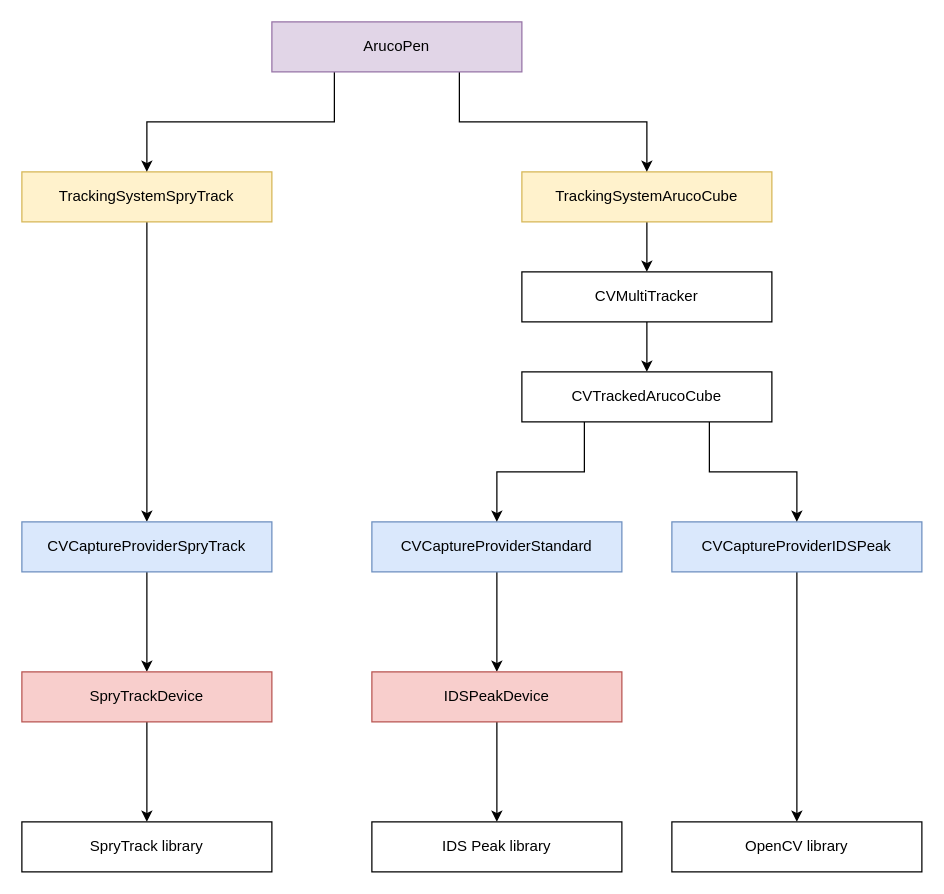
This is apps/app_pen_tracking/doc/architecture.drawio from cpvrlab/SLProject, a draw.io file, before an edit. Source tidied: cells renumbered, new cells numbered last; positions are measured from the earlier drawing's top-left corner, leaving out a move shared by most shapes. Both pictures are drawn from the tidied source at 125%, with x=0, y=0 at pixel (21, 21).
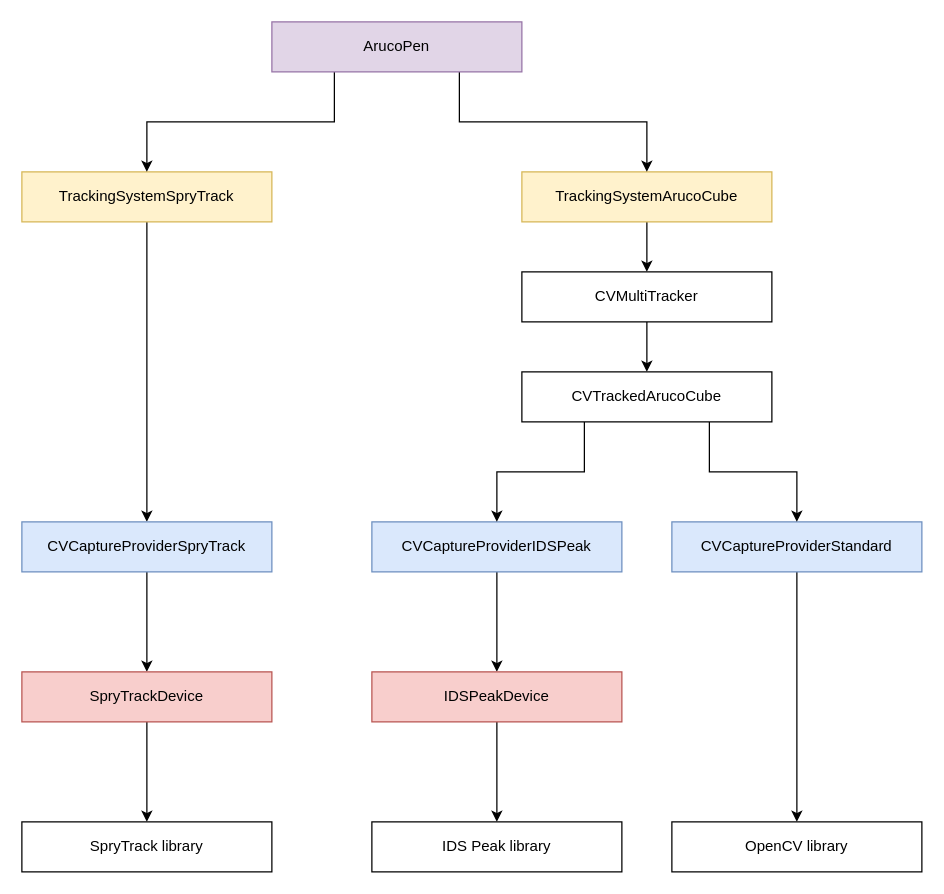
The same diagram, later.

Commit message (it also covers changes not shown here):
fix architecture diagram

Diff of the diagram source:
```diff
@@
-    <mxCell id="9" value="CVCaptureProviderStandard" style="rounded=0;whiteSpace=wrap;html=1;fillColor=#dae8fc;strokeColor=#6c8ebf;" parent="1" vertex="1">
+    <mxCell id="9" value="CVCaptureProviderIDSPeak" style="rounded=0;whiteSpace=wrap;html=1;fillColor=#dae8fc;strokeColor=#6c8ebf;" parent="1" vertex="1">
       <mxGeometry x="280" y="400" width="200" height="40" as="geometry" />
     </mxCell>
@@
-    <mxCell id="11" value="CVCaptureProviderIDSPeak" style="rounded=0;whiteSpace=wrap;html=1;fillColor=#dae8fc;strokeColor=#6c8ebf;" parent="1" vertex="1">
+    <mxCell id="11" value="CVCaptureProviderStandard" style="rounded=0;whiteSpace=wrap;html=1;fillColor=#dae8fc;strokeColor=#6c8ebf;" parent="1" vertex="1">
       <mxGeometry x="520" y="400" width="200" height="40" as="geometry" />
     </mxCell>
```
